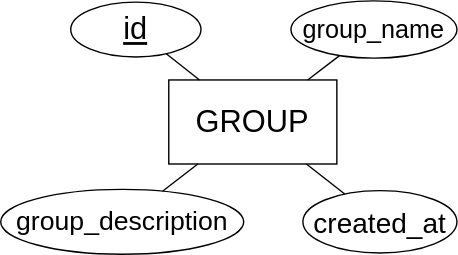
Above: img/DB-diagrams/Group.drawio.svg in isel-remote-lab/documentation (draw.io), before the change. Source tidied: cells renumbered, new cells last; positions are measured from the earlier drawing's top-left corner, leaving out a move shared by most shapes.
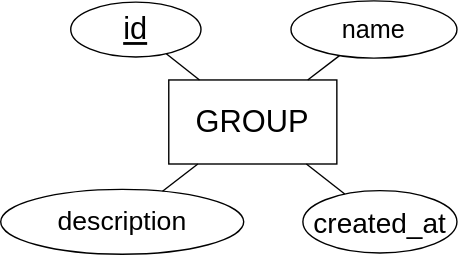
After the commit.

The edit, as a diff of the source:
```diff
@@ -8,7 +8,7 @@
     <mxCell id="3" value="&lt;u&gt;id&lt;/u&gt;" style="ellipse;whiteSpace=wrap;html=1;fontStyle=0;fontSize=22;" parent="1" vertex="1">
       <mxGeometry x="50" y="1" width="93" height="39.1" as="geometry" />
     </mxCell>
-    <mxCell id="4" value="group_name" style="ellipse;whiteSpace=wrap;html=1;fontStyle=0;fontSize=18;" parent="1" vertex="1">
+    <mxCell id="4" value="name" style="ellipse;whiteSpace=wrap;html=1;fontStyle=0;fontSize=18;" parent="1" vertex="1">
       <mxGeometry x="207.2" y="0.1" width="118.5" height="40.9" as="geometry" />
     </mxCell>
     <mxCell id="5" style="endArrow=none;html=1;rounded=0;" parent="1" edge="1" source="2" target="3">
@@ -17,7 +17,7 @@
     <mxCell id="6" style="endArrow=none;html=1;rounded=0;" parent="1" edge="1" source="2" target="4">
       <mxGeometry relative="1" as="geometry" />
     </mxCell>
-    <mxCell id="7" value="group_description" style="ellipse;whiteSpace=wrap;html=1;fontStyle=0;fontSize=19;" parent="1" vertex="1">
+    <mxCell id="7" value="description" style="ellipse;whiteSpace=wrap;html=1;fontStyle=0;fontSize=19;" parent="1" vertex="1">
       <mxGeometry y="134.7" width="173.5" height="46.3" as="geometry" />
     </mxCell>
     <mxCell id="8" style="endArrow=none;html=1;rounded=0;" parent="1" edge="1" source="7" target="2">
```
